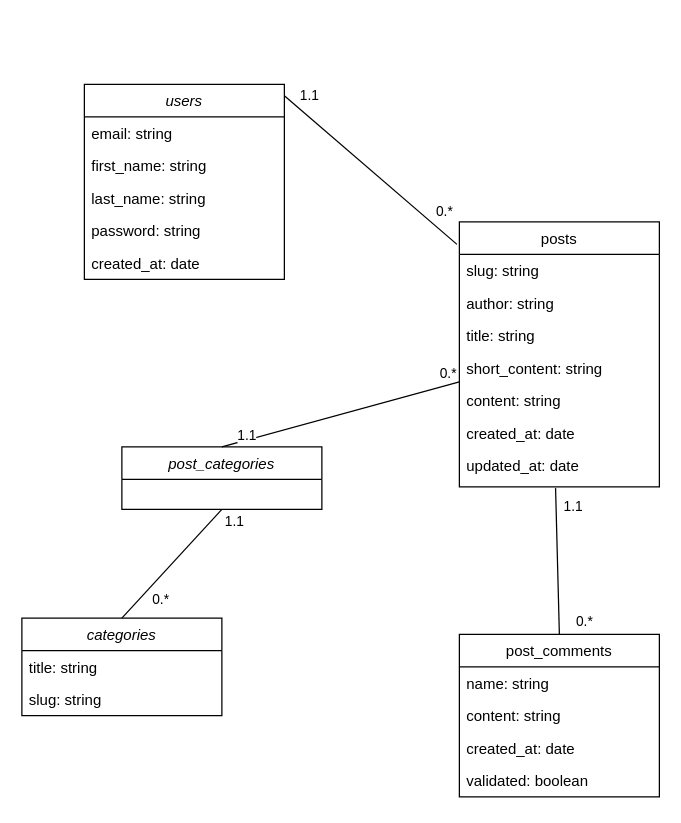
The draw.io diagram UML/diagramme-de-classes.drawio in Luca-OpenClassRooms/project_5, before the edit. Source tidied: cells renumbered, new cells numbered last; positions are measured from the earlier drawing's top-left corner, leaving out a move shared by most shapes. Both pictures are drawn from the tidied source at 125%, with x=0, y=0 at pixel (21, 84).
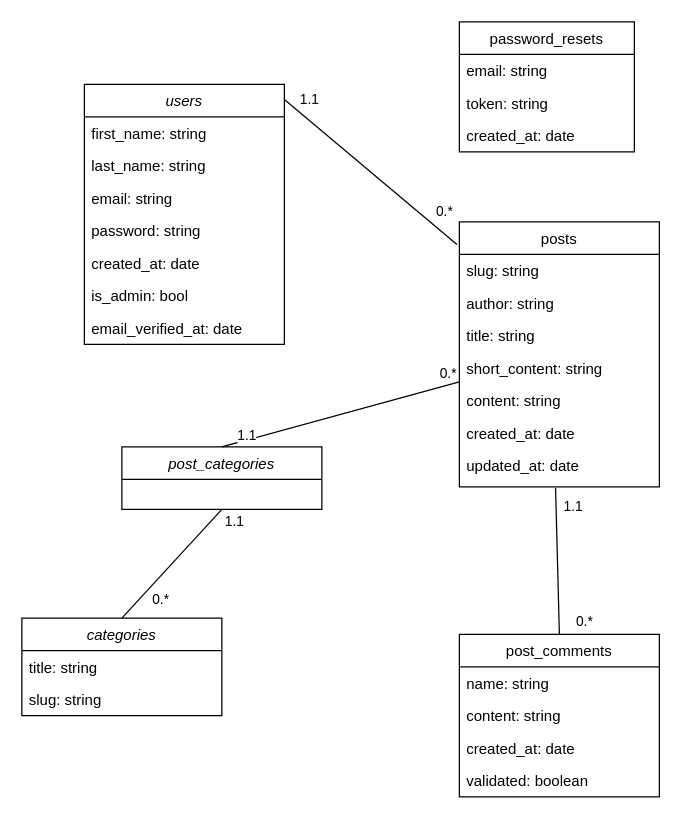
Above is the later version.

Commit message (it also covers changes not shown here):
feat(UML): updated model

What changed in the source:
```diff
@@
     <mxCell id="2" value="users" style="swimlane;fontStyle=2;align=center;verticalAlign=top;horizontal=1;startSize=26;rounded=0;shadow=0;strokeWidth=1;" parent="1" vertex="1">
-      <mxGeometry x="50" width="160" height="156" as="geometry" />
+      <mxGeometry x="50" width="160" height="208" as="geometry" />
     </mxCell>
-    <mxCell id="3" value="email: string" style="text;align=left;verticalAlign=top;spacingLeft=4;spacingRight=4;overflow=hidden;" parent="2" vertex="1">
-      <mxGeometry y="26" width="160" height="26" as="geometry" />
-    </mxCell>
     <mxCell id="4" value="first_name: string" style="text;align=left;verticalAlign=top;spacingLeft=4;spacingRight=4;overflow=hidden;" parent="2" vertex="1">
-      <mxGeometry y="52" width="160" height="26" as="geometry" />
+      <mxGeometry y="26" width="160" height="26" as="geometry" />
     </mxCell>
     <mxCell id="5" value="last_name: string" style="text;align=left;verticalAlign=top;spacingLeft=4;spacingRight=4;overflow=hidden;" parent="2" vertex="1">
-      <mxGeometry y="78" width="160" height="26" as="geometry" />
+      <mxGeometry y="52" width="160" height="26" as="geometry" />
     </mxCell>
+    <mxCell id="3" value="email: string" style="text;align=left;verticalAlign=top;spacingLeft=4;spacingRight=4;overflow=hidden;" parent="2" vertex="1">
+      <mxGeometry y="78" width="160" height="26" as="geometry" />
+    </mxCell>
@@
+    <mxCell id="37" value="is_admin: bool" style="text;align=left;verticalAlign=top;spacingLeft=4;spacingRight=4;overflow=hidden;" parent="2" vertex="1">
+      <mxGeometry y="156" width="160" height="26" as="geometry" />
+    </mxCell>
+    <mxCell id="38" value="email_verified_at: date" style="text;align=left;verticalAlign=top;spacingLeft=4;spacingRight=4;overflow=hidden;" parent="2" vertex="1">
+      <mxGeometry y="182" width="160" height="26" as="geometry" />
+    </mxCell>
@@
+    <mxCell id="39" value="password_resets" style="swimlane;fontStyle=0;horizontal=1;startSize=26;fillColor=none;" parent="1" vertex="1">
+      <mxGeometry x="350" y="-50" width="140" height="104" as="geometry" />
+    </mxCell>
+    <mxCell id="40" value="email: string" style="text;strokeColor=none;fillColor=none;align=left;verticalAlign=top;spacingLeft=4;spacingRight=4;overflow=hidden;" parent="39" vertex="1">
+      <mxGeometry y="26" width="140" height="26" as="geometry" />
+    </mxCell>
+    <mxCell id="41" value="token: string" style="text;strokeColor=none;fillColor=none;align=left;verticalAlign=top;spacingLeft=4;spacingRight=4;overflow=hidden;" parent="39" vertex="1">
+      <mxGeometry y="52" width="140" height="26" as="geometry" />
+    </mxCell>
+    <mxCell id="42" value="created_at: date" style="text;strokeColor=none;fillColor=none;align=left;verticalAlign=top;spacingLeft=4;spacingRight=4;overflow=hidden;" parent="39" vertex="1">
+      <mxGeometry y="78" width="140" height="26" as="geometry" />
+    </mxCell>
```
